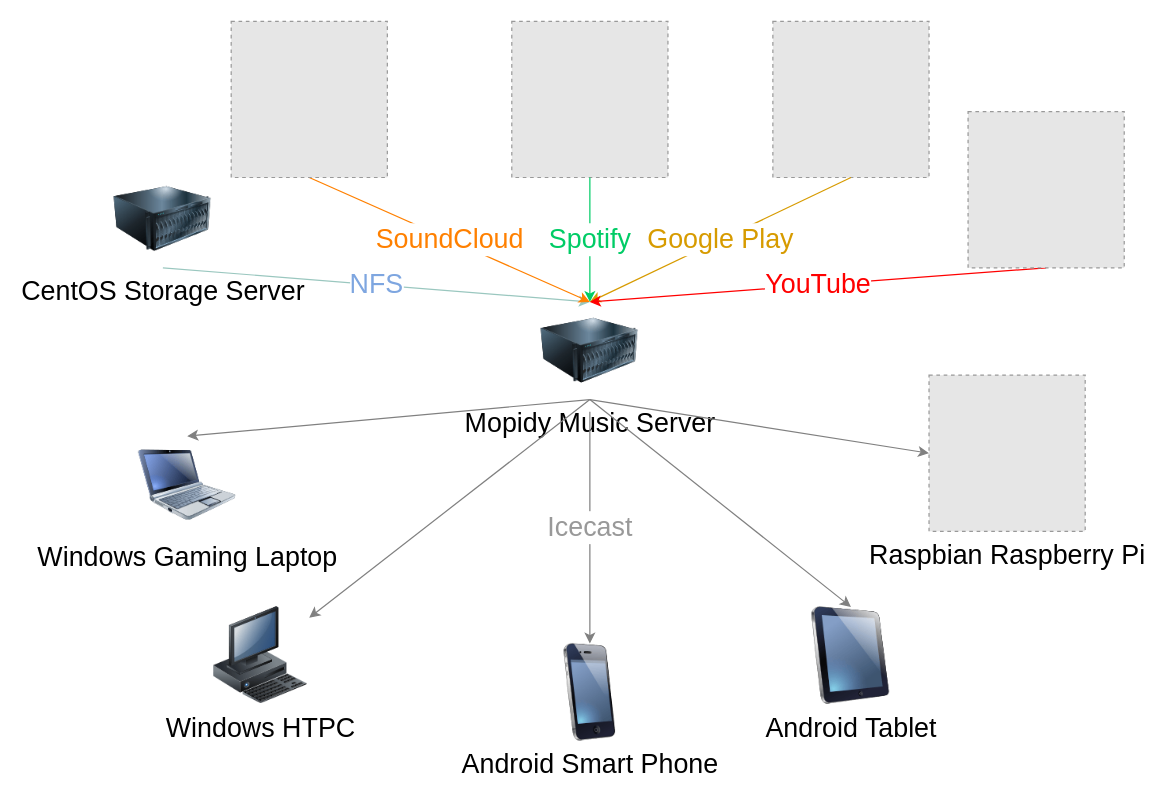
Before: Music Streaming Service.drawio in syedrali/architecture, a draw.io diagram. Source tidied: cells renumbered, new cells numbered last; positions are measured from the earlier drawing's top-left corner, leaving out a move shared by most shapes. Both pictures are drawn from the tidied source at 122%, with x=0, y=0 at pixel (113, 21). Pictures stored in the file or linked from it are replaced by grey dashed boxes.
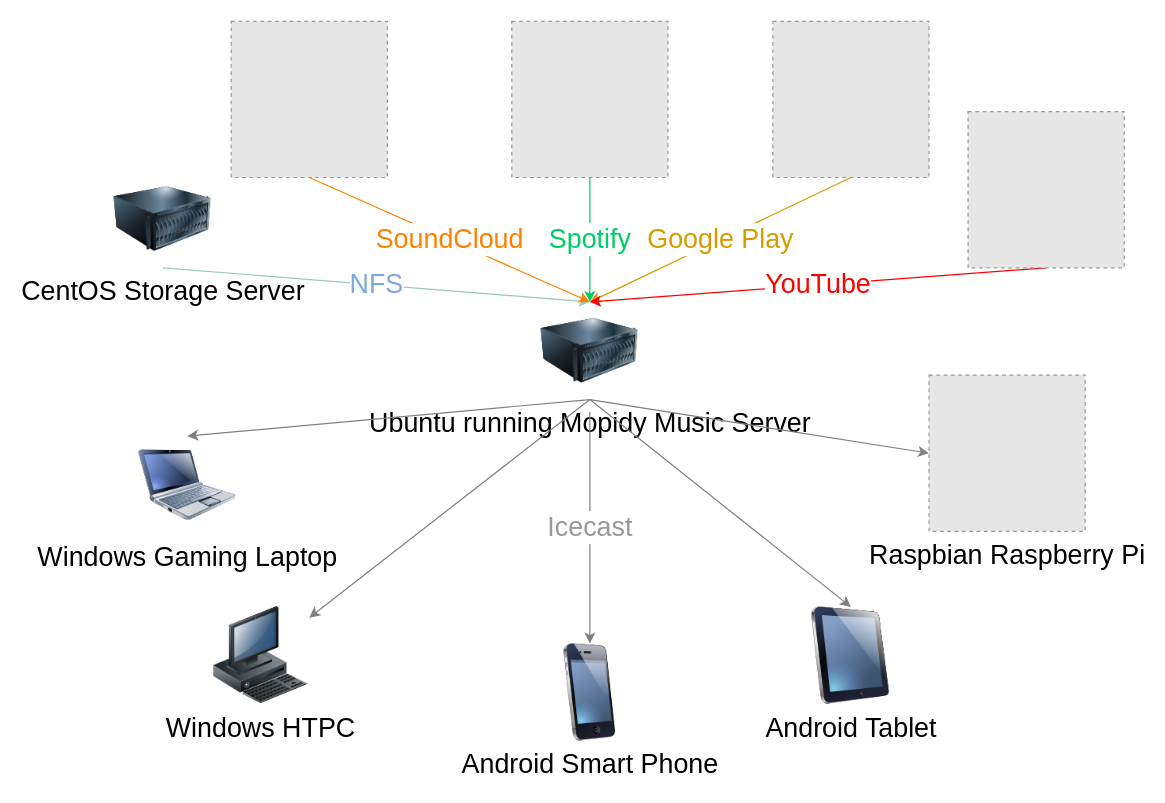
Above is the later version.

Commit message (it also covers changes not shown here):
Added OS to Music Server label.

Diff of the diagram source:
```diff
@@
-    <mxCell id="6" value="&lt;font style=&quot;font-size: 22px&quot;&gt;Mopidy Music Server&lt;br&gt;&lt;/font&gt;" style="image;html=1;labelBackgroundColor=#ffffff;image=img/lib/clip_art/computers/Server_128x128.png;" parent="1" vertex="1">
+    <mxCell id="6" value="&lt;font style=&quot;font-size: 22px&quot;&gt;Ubuntu running Mopidy Music Server&lt;br&gt;&lt;/font&gt;" style="image;html=1;labelBackgroundColor=#ffffff;image=img/lib/clip_art/computers/Server_128x128.png;" parent="1" vertex="1">
       <mxGeometry x="350" y="230" width="80" height="80" as="geometry" />
     </mxCell>
```
